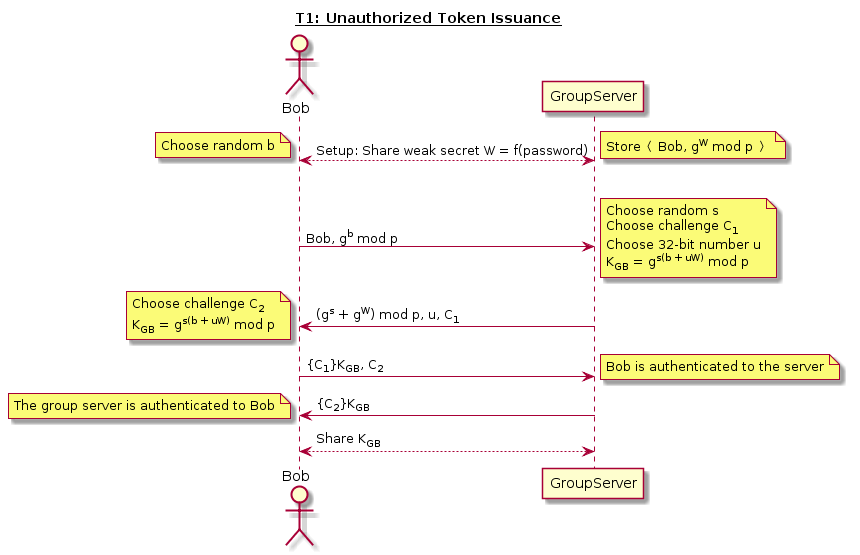
This is reports/img/T1.png from jondyer/cs1653-2017fa-jbd29-mar257-zds14, a PlantUML export, as it was before one commit.
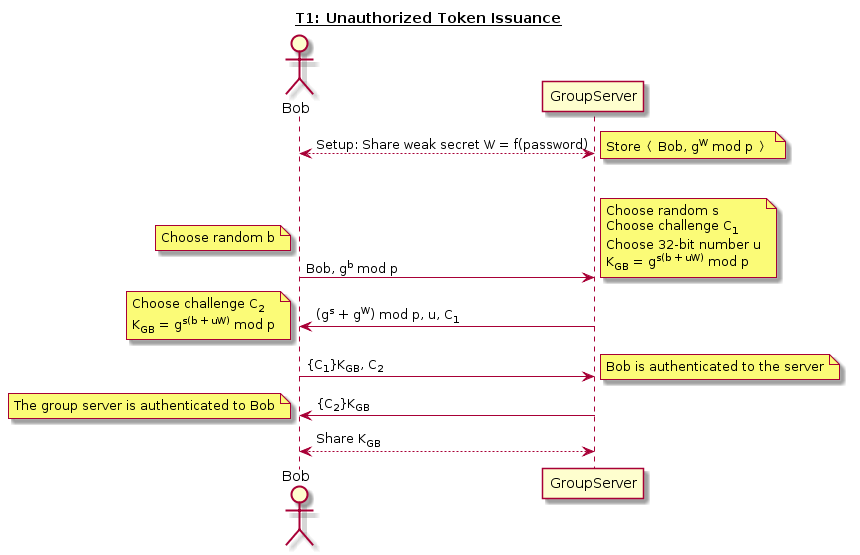
The same diagram one commit later.

Diff of the diagram source:
```diff
@@ -5,8 +5,8 @@
 Bob <--> GroupServer: Setup: Share weak secret W = f(password)
 note right: Store? Bob, g<sup>W</sup> mod p ?
 |||
+Bob -> GroupServer: Bob, g<sup>b</sup> mod p
 note left: Choose random b
-Bob -> GroupServer: Bob, g<sup>b</sup> mod p
 note right
 	Choose random s
 	Choose challenge C<sub>1</sub>
```
